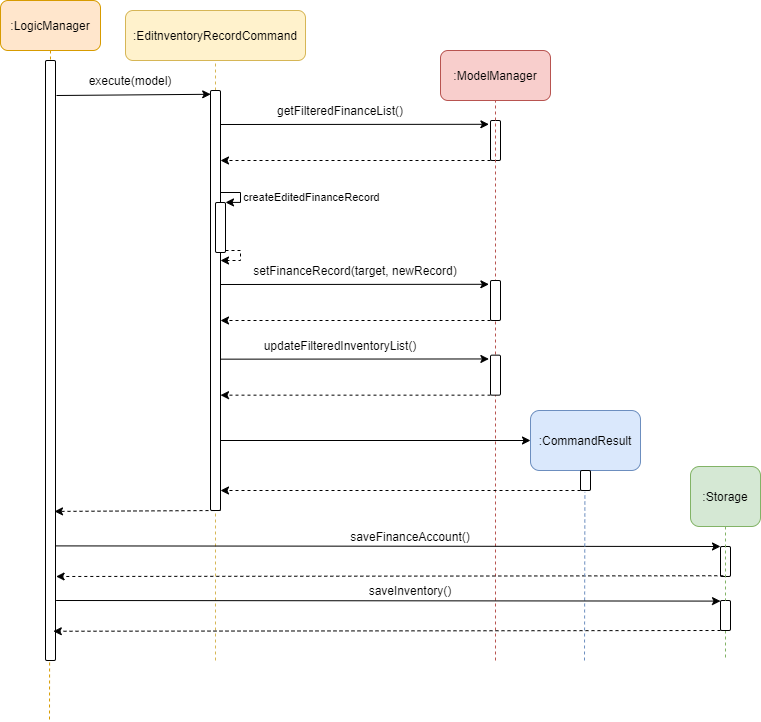
The draw.io diagram docs/images/EditFinanceCommandExecuteSequenceDiagram.png in nus-cs2103-AY2021S1/tp, before a commit. Source tidied: cells renumbered, new cells last; positions are measured from the earlier drawing's top-left corner, leaving out a move shared by most shapes. Source of this version:
```xml
<mxGraphModel background="#ffffff">
  <root>
    <mxCell id="0" />
    <mxCell id="1" parent="0" />
    <mxCell id="2" style="endArrow=classic;html=1;dashed=1;entryX=0.9;entryY=1.002;entryDx=0;entryDy=0;entryPerimeter=0;" parent="1" edge="1">
      <mxGeometry relative="1" as="geometry">
        <mxPoint x="220" y="510" as="sourcePoint" />
        <mxPoint x="54" y="510.9" as="targetPoint" />
      </mxGeometry>
    </mxCell>
    <mxCell id="3" style="endArrow=none;dashed=1;html=1;entryX=0.5;entryY=1;entryDx=0;entryDy=0;fillColor=#fff2cc;strokeColor=#d6b656;" parent="1" edge="1" target="5">
      <mxGeometry relative="1" as="geometry">
        <mxPoint x="215" y="660" as="sourcePoint" />
      </mxGeometry>
    </mxCell>
    <mxCell id="4" style="endArrow=none;dashed=1;html=1;fillColor=#ffe6cc;strokeColor=#d79b00;exitX=0.5;exitY=1;exitDx=0;exitDy=0;" parent="1" edge="1" source="7">
      <mxGeometry relative="1" as="geometry">
        <mxPoint x="49" y="720" as="targetPoint" />
      </mxGeometry>
    </mxCell>
    <mxCell id="5" value=":EditnventoryRecordCommand" style="rounded=1;whiteSpace=wrap;html=1;fillColor=#fff2cc;strokeColor=#d6b656;" parent="1" vertex="1">
      <mxGeometry x="125" y="10" width="180" height="50" as="geometry" />
    </mxCell>
    <mxCell id="6" style="html=1;points=[];perimeter=orthogonalPerimeter;rounded=1;" parent="1" vertex="1">
      <mxGeometry x="210" y="90" width="10" height="420" as="geometry" />
    </mxCell>
    <mxCell id="7" value=":LogicManager" style="rounded=1;whiteSpace=wrap;html=1;fillColor=#ffe6cc;strokeColor=#d79b00;" parent="1" vertex="1">
      <mxGeometry width="100" height="50" as="geometry" />
    </mxCell>
    <mxCell id="8" style="html=1;points=[];perimeter=orthogonalPerimeter;rounded=1;" parent="1" vertex="1">
      <mxGeometry x="45" y="60" width="10" height="600" as="geometry" />
    </mxCell>
    <mxCell id="9" style="endArrow=classic;html=1;entryX=0.02;entryY=0.009;entryDx=0;entryDy=0;entryPerimeter=0;" parent="1" edge="1" target="6">
      <mxGeometry relative="1" as="geometry">
        <mxPoint x="56" y="95" as="sourcePoint" />
      </mxGeometry>
    </mxCell>
    <mxCell id="10" value="execute(model)" style="text;html=1;strokeColor=none;fillColor=none;align=center;verticalAlign=middle;whiteSpace=wrap;rounded=0;" parent="1" vertex="1">
      <mxGeometry x="110" y="70" width="40" height="20" as="geometry" />
    </mxCell>
    <mxCell id="11" value=":ModelManager" style="rounded=1;whiteSpace=wrap;html=1;fillColor=#f8cecc;strokeColor=#b85450;" parent="1" vertex="1">
      <mxGeometry x="440" y="50" width="110" height="50" as="geometry" />
    </mxCell>
    <mxCell id="12" style="html=1;points=[];perimeter=orthogonalPerimeter;rounded=1;" parent="1" vertex="1">
      <mxGeometry x="490" y="120" width="10" height="40" as="geometry" />
    </mxCell>
    <mxCell id="13" style="endArrow=classic;html=1;entryX=-0.16;entryY=0.095;entryDx=0;entryDy=0;entryPerimeter=0;" parent="1" edge="1" target="12">
      <mxGeometry relative="1" as="geometry">
        <mxPoint x="220" y="124" as="sourcePoint" />
      </mxGeometry>
    </mxCell>
    <mxCell id="14" value="getFilteredFinanceList()" style="text;html=1;strokeColor=none;fillColor=none;align=center;verticalAlign=middle;whiteSpace=wrap;rounded=0;" parent="1" vertex="1">
      <mxGeometry x="320" y="100" width="40" height="20" as="geometry" />
    </mxCell>
    <mxCell id="15" style="endArrow=classic;html=1;dashed=1;" parent="1" edge="1">
      <mxGeometry relative="1" as="geometry">
        <mxPoint x="490" y="160" as="sourcePoint" />
        <mxPoint x="220" y="160" as="targetPoint" />
      </mxGeometry>
    </mxCell>
    <mxCell id="16" style="endArrow=none;dashed=1;html=1;entryX=0.5;entryY=1;entryDx=0;entryDy=0;fillColor=#f8cecc;strokeColor=#b85450;" parent="1" edge="1" target="11">
      <mxGeometry relative="1" as="geometry">
        <mxPoint x="495" y="660" as="sourcePoint" />
      </mxGeometry>
    </mxCell>
    <mxCell id="17" style="endArrow=classic;html=1;" parent="1" edge="1">
      <mxGeometry relative="1" as="geometry">
        <mxPoint x="220" y="440" as="sourcePoint" />
        <mxPoint x="530" y="440" as="targetPoint" />
      </mxGeometry>
    </mxCell>
    <mxCell id="18" value=":CommandResult" style="rounded=1;whiteSpace=wrap;html=1;fillColor=#dae8fc;strokeColor=#6c8ebf;" parent="1" vertex="1">
      <mxGeometry x="530" y="410" width="110" height="60" as="geometry" />
    </mxCell>
    <mxCell id="19" style="html=1;points=[];perimeter=orthogonalPerimeter;rounded=1;" parent="1" vertex="1">
      <mxGeometry x="580" y="470" width="10" height="20" as="geometry" />
    </mxCell>
    <mxCell id="20" style="endArrow=classic;html=1;dashed=1;" parent="1" edge="1">
      <mxGeometry relative="1" as="geometry">
        <mxPoint x="580" y="490" as="sourcePoint" />
        <mxPoint x="220" y="490" as="targetPoint" />
      </mxGeometry>
    </mxCell>
    <mxCell id="21" style="endArrow=classic;html=1;exitX=1.06;exitY=0.809;exitDx=0;exitDy=0;exitPerimeter=0;" parent="1" edge="1" source="8">
      <mxGeometry relative="1" as="geometry">
        <mxPoint x="720" y="546" as="targetPoint" />
      </mxGeometry>
    </mxCell>
    <mxCell id="22" value=":Storage" style="rounded=1;whiteSpace=wrap;html=1;fillColor=#d5e8d4;strokeColor=#82b366;" parent="1" vertex="1">
      <mxGeometry x="690" y="466" width="70" height="60" as="geometry" />
    </mxCell>
    <mxCell id="23" style="endArrow=none;dashed=1;html=1;exitX=0.5;exitY=1;exitDx=0;exitDy=0;fillColor=#d5e8d4;strokeColor=#82b366;" parent="1" edge="1" source="40">
      <mxGeometry relative="1" as="geometry">
        <mxPoint x="725" y="660" as="targetPoint" />
      </mxGeometry>
    </mxCell>
    <mxCell id="24" style="html=1;points=[];perimeter=orthogonalPerimeter;rounded=1;" parent="1" vertex="1">
      <mxGeometry x="720" y="546" width="10" height="30" as="geometry" />
    </mxCell>
    <mxCell id="25" value="saveFinanceAccount()" style="text;html=1;strokeColor=none;fillColor=none;align=center;verticalAlign=middle;whiteSpace=wrap;rounded=0;" parent="1" vertex="1">
      <mxGeometry x="390" y="526" width="40" height="20" as="geometry" />
    </mxCell>
    <mxCell id="26" style="endArrow=classic;html=1;dashed=1;exitX=0.28;exitY=0.975;exitDx=0;exitDy=0;exitPerimeter=0;entryX=1.06;entryY=0.86;entryDx=0;entryDy=0;entryPerimeter=0;" parent="1" edge="1" source="24" target="8">
      <mxGeometry relative="1" as="geometry" />
    </mxCell>
    <mxCell id="27" style="endArrow=none;dashed=1;html=1;entryX=0.44;entryY=1.07;entryDx=0;entryDy=0;entryPerimeter=0;fillColor=#dae8fc;strokeColor=#6c8ebf;" parent="1" edge="1" target="19">
      <mxGeometry relative="1" as="geometry">
        <mxPoint x="584" y="660" as="sourcePoint" />
      </mxGeometry>
    </mxCell>
    <mxCell id="28" style="edgeStyle=orthogonalEdgeStyle;rounded=0;orthogonalLoop=1;jettySize=auto;html=1;dashed=1;" parent="1" edge="1">
      <mxGeometry relative="1" as="geometry">
        <mxPoint x="225" y="250" as="sourcePoint" />
        <mxPoint x="220" y="260" as="targetPoint" />
        <Array as="points">
          <mxPoint x="240" y="250" />
          <mxPoint x="240" y="260" />
          <mxPoint x="220" y="260" />
        </Array>
      </mxGeometry>
    </mxCell>
    <mxCell id="29" style="html=1;perimeter=orthogonalPerimeter;rounded=1;" parent="1" vertex="1">
      <mxGeometry x="215" y="202" width="10" height="50" as="geometry" />
    </mxCell>
    <mxCell id="30" style="edgeStyle=orthogonalEdgeStyle;rounded=0;orthogonalLoop=1;jettySize=auto;html=1;entryX=1;entryY=0.395;entryDx=0;entryDy=0;entryPerimeter=0;" parent="1" edge="1">
      <mxGeometry relative="1" as="geometry">
        <mxPoint x="220" y="202" as="sourcePoint" />
        <mxPoint x="225" y="201.9" as="targetPoint" />
        <Array as="points">
          <mxPoint x="240" y="192" />
          <mxPoint x="240" y="202" />
        </Array>
      </mxGeometry>
    </mxCell>
    <mxCell id="31" value="createEditedFinanceRecord" style="edgeLabel;html=1;align=center;verticalAlign=middle;" parent="30" vertex="1">
      <mxGeometry x="-0.23" y="-8" relative="1" as="geometry">
        <mxPoint x="79" y="-3.3" as="offset" />
      </mxGeometry>
    </mxCell>
    <mxCell id="32" style="html=1;points=[];perimeter=orthogonalPerimeter;rounded=1;" parent="1" vertex="1">
      <mxGeometry x="490" y="280" width="10" height="40" as="geometry" />
    </mxCell>
    <mxCell id="33" style="endArrow=classic;html=1;entryX=-0.16;entryY=0.095;entryDx=0;entryDy=0;entryPerimeter=0;" parent="1" edge="1" target="32">
      <mxGeometry relative="1" as="geometry">
        <mxPoint x="220" y="284" as="sourcePoint" />
      </mxGeometry>
    </mxCell>
    <mxCell id="34" value="setFinanceRecord(target, newRecord)" style="text;html=1;strokeColor=none;fillColor=none;align=center;verticalAlign=middle;whiteSpace=wrap;rounded=0;" parent="1" vertex="1">
      <mxGeometry x="240" y="260" width="230" height="20" as="geometry" />
    </mxCell>
    <mxCell id="35" style="endArrow=classic;html=1;dashed=1;" parent="1" edge="1">
      <mxGeometry relative="1" as="geometry">
        <mxPoint x="490" y="320" as="sourcePoint" />
        <mxPoint x="220" y="320" as="targetPoint" />
      </mxGeometry>
    </mxCell>
    <mxCell id="36" style="html=1;points=[];perimeter=orthogonalPerimeter;rounded=1;" parent="1" vertex="1">
      <mxGeometry x="490" y="354.7" width="10" height="40" as="geometry" />
    </mxCell>
    <mxCell id="37" style="endArrow=classic;html=1;entryX=-0.16;entryY=0.095;entryDx=0;entryDy=0;entryPerimeter=0;" parent="1" edge="1" target="36">
      <mxGeometry relative="1" as="geometry">
        <mxPoint x="220" y="358.7" as="sourcePoint" />
      </mxGeometry>
    </mxCell>
    <mxCell id="38" value="updateFilteredInventoryList()" style="text;html=1;strokeColor=none;fillColor=none;align=center;verticalAlign=middle;whiteSpace=wrap;rounded=0;" parent="1" vertex="1">
      <mxGeometry x="320" y="334.7" width="40" height="20" as="geometry" />
    </mxCell>
    <mxCell id="39" style="endArrow=classic;html=1;dashed=1;" parent="1" edge="1">
      <mxGeometry relative="1" as="geometry">
        <mxPoint x="490" y="394.7" as="sourcePoint" />
        <mxPoint x="220" y="394.7" as="targetPoint" />
      </mxGeometry>
    </mxCell>
    <mxCell id="40" style="html=1;points=[];perimeter=orthogonalPerimeter;rounded=1;" parent="1" vertex="1">
      <mxGeometry x="720" y="600" width="10" height="30" as="geometry" />
    </mxCell>
    <mxCell id="41" style="endArrow=none;dashed=1;html=1;exitX=0.5;exitY=1;exitDx=0;exitDy=0;fillColor=#d5e8d4;strokeColor=#82b366;" parent="1" edge="1" source="22" target="40">
      <mxGeometry relative="1" as="geometry" />
    </mxCell>
    <mxCell id="42" style="endArrow=classic;html=1;exitX=1.06;exitY=0.809;exitDx=0;exitDy=0;exitPerimeter=0;" parent="1" edge="1">
      <mxGeometry relative="1" as="geometry">
        <mxPoint x="55.6" y="600" as="sourcePoint" />
        <mxPoint x="720" y="600.6" as="targetPoint" />
      </mxGeometry>
    </mxCell>
    <mxCell id="43" style="endArrow=classic;html=1;dashed=1;exitX=0.28;exitY=0.975;exitDx=0;exitDy=0;exitPerimeter=0;entryX=1.06;entryY=0.86;entryDx=0;entryDy=0;entryPerimeter=0;" parent="1" edge="1">
      <mxGeometry relative="1" as="geometry">
        <mxPoint x="720" y="630" as="sourcePoint" />
        <mxPoint x="52.8" y="630.8" as="targetPoint" />
      </mxGeometry>
    </mxCell>
    <mxCell id="44" value="saveInventory()" style="text;html=1;strokeColor=none;fillColor=none;align=center;verticalAlign=middle;whiteSpace=wrap;rounded=0;" parent="1" vertex="1">
      <mxGeometry x="390" y="580" width="40" height="20" as="geometry" />
    </mxCell>
  </root>
</mxGraphModel>
```
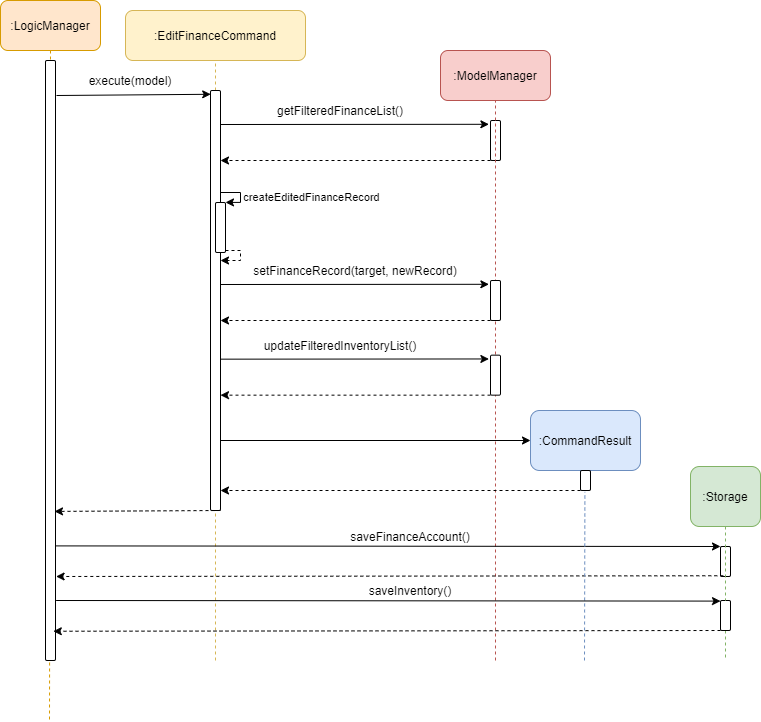
The same diagram one commit later.

What changed in the source:
```diff
@@ -18,7 +18,7 @@
         <mxPoint x="49" y="720" as="targetPoint" />
       </mxGeometry>
     </mxCell>
-    <mxCell id="5" value=":EditnventoryRecordCommand" style="rounded=1;whiteSpace=wrap;html=1;fillColor=#fff2cc;strokeColor=#d6b656;" parent="1" vertex="1">
+    <mxCell id="5" value=":EditFinanceCommand" style="rounded=1;whiteSpace=wrap;html=1;fillColor=#fff2cc;strokeColor=#d6b656;" parent="1" vertex="1">
       <mxGeometry x="125" y="10" width="180" height="50" as="geometry" />
     </mxCell>
     <mxCell id="6" style="html=1;points=[];perimeter=orthogonalPerimeter;rounded=1;" parent="1" vertex="1">
```
